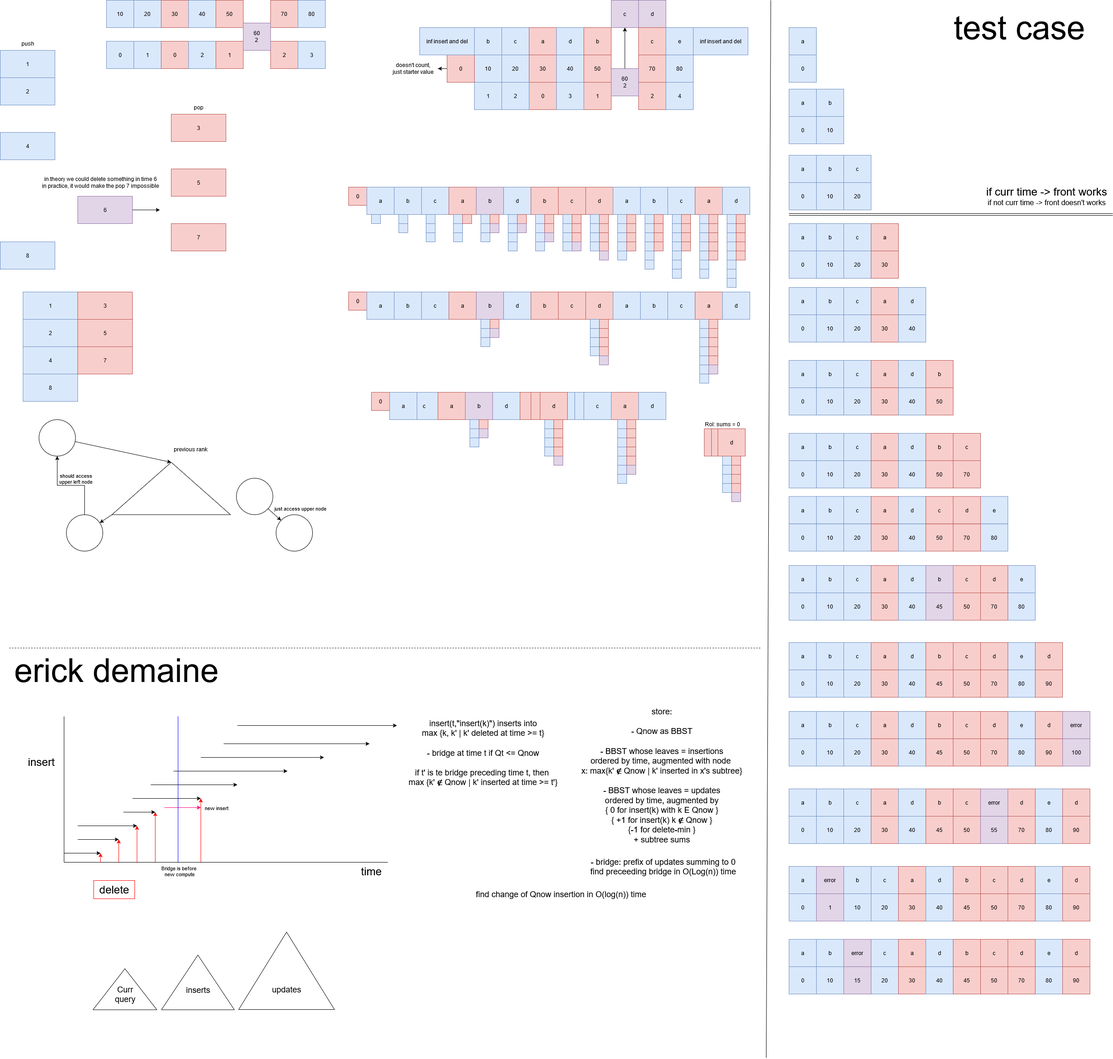
This is imagenes/notes.png from Kiwi-el-Wiki/Time-Travel-Queue, a draw.io export, as it was before one commit. Source tidied: cells renumbered, new cells last; positions are measured from the earlier drawing's top-left corner, leaving out a move shared by most shapes.
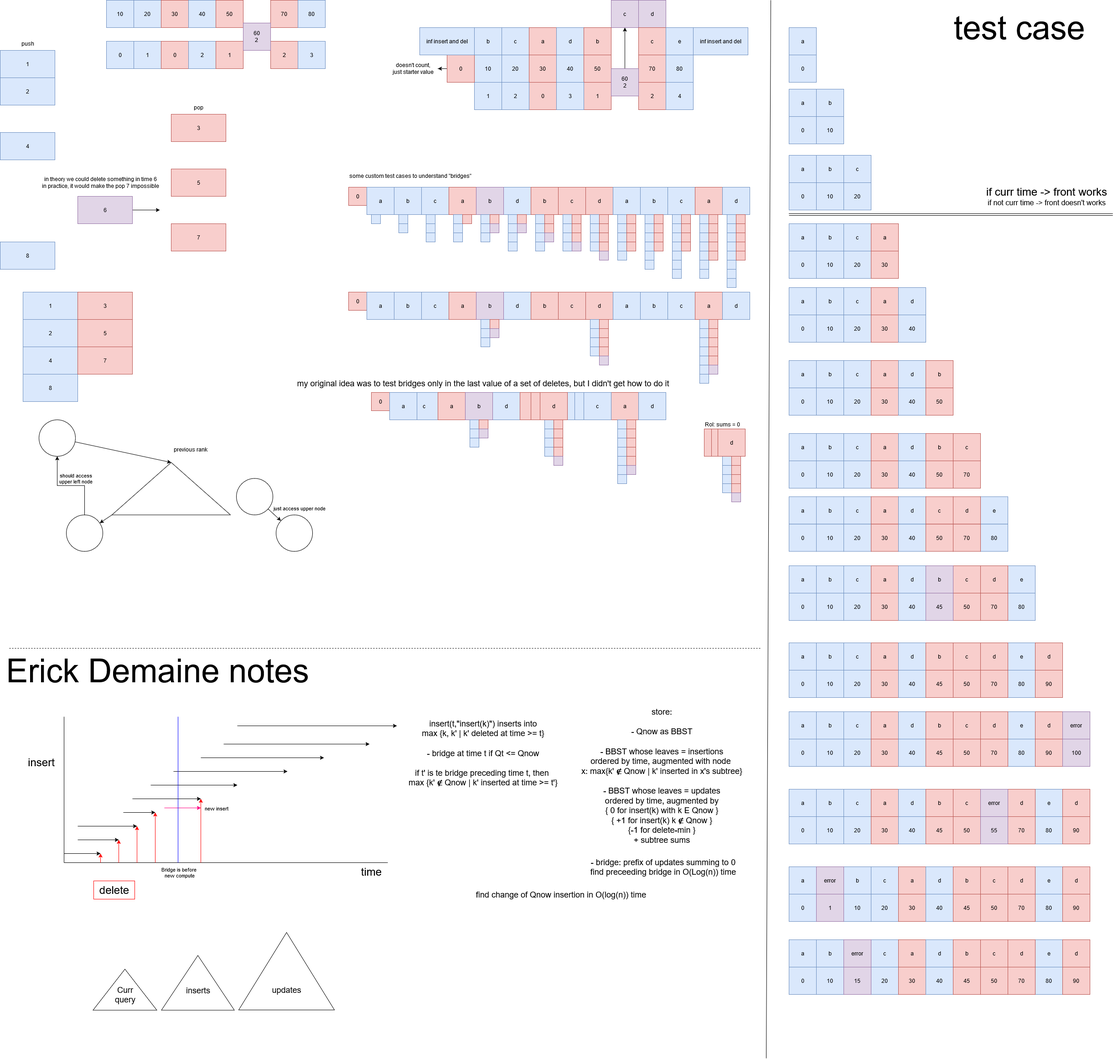
The same diagram one commit later.

Change to the diagram source:
```diff
@@ -692,8 +692,8 @@
         <mxPoint x="1670" y="1421" as="targetPoint" />
       </mxGeometry>
     </mxCell>
-    <mxCell id="229" value="&lt;div&gt;&lt;font style=&quot;font-size: 72px;&quot;&gt;erick demaine&lt;/font&gt;&lt;/div&gt;" style="text;html=1;align=center;verticalAlign=middle;strokeColor=none;fillColor=none;" parent="1" vertex="1">
-      <mxGeometry x="20" y="1420" width="470" height="100" as="geometry" />
+    <mxCell id="229" value="&lt;div&gt;&lt;font style=&quot;font-size: 72px;&quot;&gt;Erick Demaine notes&lt;br&gt;&lt;/font&gt;&lt;/div&gt;" style="text;html=1;align=center;verticalAlign=middle;strokeColor=none;fillColor=none;" parent="1" vertex="1">
+      <mxGeometry y="1420" width="690" height="100" as="geometry" />
     </mxCell>
     <mxCell id="230" style="endArrow=none;html=1;rounded=0;" parent="1" edge="1">
       <mxGeometry relative="1" as="geometry">
@@ -1656,5 +1656,11 @@
     <mxCell id="527" value="&lt;font style=&quot;font-size: 72px;&quot;&gt;test case&lt;/font&gt;" style="text;html=1;align=center;verticalAlign=middle;strokeColor=none;fillColor=none;" parent="1" vertex="1">
       <mxGeometry x="2080" y="10" width="310" height="100" as="geometry" />
     </mxCell>
+    <mxCell id="528" value="some custom test cases to understand &quot;bridges&quot;" style="text;html=1;align=center;verticalAlign=middle;strokeColor=none;fillColor=none;" parent="1" vertex="1">
+      <mxGeometry x="754" y="370" width="290" height="30" as="geometry" />
+    </mxCell>
+    <mxCell id="529" value="&lt;font style=&quot;font-size: 18px;&quot;&gt;my  original idea was to test bridges only in the last value of a set of deletes, but I didn't get how to do it&lt;/font&gt;" style="text;html=1;align=center;verticalAlign=middle;strokeColor=none;fillColor=none;" parent="1" vertex="1">
+      <mxGeometry x="639" y="820" width="840" height="40" as="geometry" />
+    </mxCell>
   </root>
 </mxGraphModel>
```
